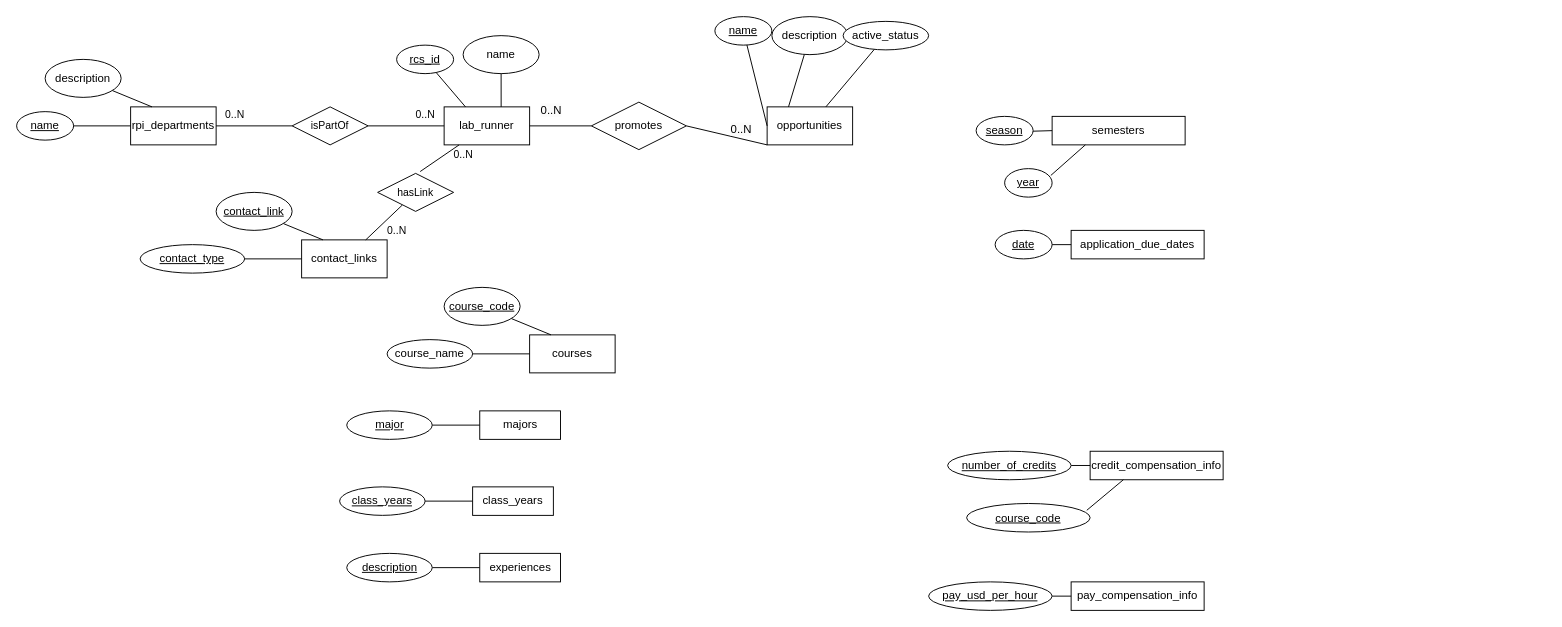
This is docs/database_docs/phase2_erd_sunny.drawio from LabConnect-RCOS/LabConnect-Backend, a draw.io file, before an edit. Source tidied: cells renumbered, new cells numbered last; positions are measured from the earlier drawing's top-left corner, leaving out a move shared by most shapes. Both pictures are drawn from the tidied source at 95%, with x=0, y=0 at pixel (16, 16).
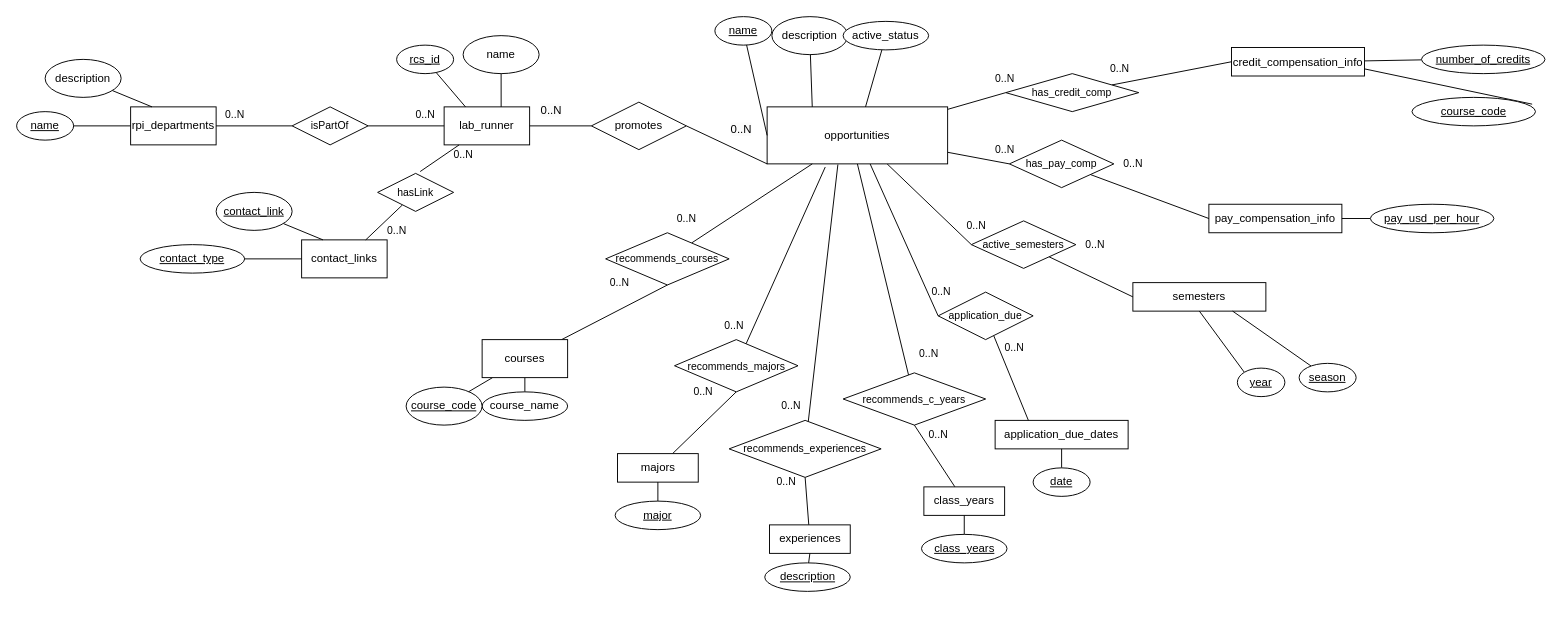
The same page after the edit.

What changed in the source:
```diff
@@
+    <mxCell id="69" style="edgeStyle=none;shape=connector;rounded=0;jettySize=auto;html=1;entryX=0;entryY=0.5;entryDx=0;entryDy=0;labelBackgroundColor=default;strokeColor=default;align=center;verticalAlign=middle;fontFamily=Helvetica;fontSize=11;fontColor=default;endArrow=none;endFill=0;" parent="1" edge="1" source="2" target="88">
+      <mxGeometry relative="1" as="geometry" />
+    </mxCell>
+    <mxCell id="70" style="edgeStyle=none;shape=connector;rounded=0;jettySize=auto;html=1;labelBackgroundColor=default;strokeColor=default;align=center;verticalAlign=middle;fontFamily=Helvetica;fontSize=11;fontColor=default;endArrow=none;endFill=0;entryX=0;entryY=0.5;entryDx=0;entryDy=0;" parent="1" edge="1" source="2" target="90">
+      <mxGeometry relative="1" as="geometry" />
+    </mxCell>
+    <mxCell id="71" style="edgeStyle=none;shape=connector;rounded=0;jettySize=auto;html=1;entryX=0;entryY=0.5;entryDx=0;entryDy=0;labelBackgroundColor=default;strokeColor=default;align=center;verticalAlign=middle;fontFamily=Helvetica;fontSize=11;fontColor=default;endArrow=none;endFill=0;" parent="1" edge="1" source="2" target="92">
+      <mxGeometry relative="1" as="geometry" />
+    </mxCell>
+    <mxCell id="72" style="edgeStyle=none;shape=connector;rounded=0;jettySize=auto;html=1;entryX=0;entryY=0.5;entryDx=0;entryDy=0;labelBackgroundColor=default;strokeColor=default;align=center;verticalAlign=middle;fontFamily=Helvetica;fontSize=11;fontColor=default;endArrow=none;endFill=0;" parent="1" edge="1" source="2" target="94">
+      <mxGeometry relative="1" as="geometry" />
+    </mxCell>
     <mxCell id="2" value="opportunities" style="rounded=0;whiteSpace=wrap;html=1;" parent="1" vertex="1">
-      <mxGeometry x="790" y="95" width="90" height="40" as="geometry" />
+      <mxGeometry x="790" y="95" width="190" height="60" as="geometry" />
     </mxCell>
@@
-    <mxCell id="24" value="courses" style="rounded=0;whiteSpace=wrap;html=1;" parent="1" vertex="1">
-      <mxGeometry x="540" y="335" width="90" height="40" as="geometry" />
-    </mxCell>
-    <mxCell id="25" style="rounded=0;jettySize=auto;html=1;entryX=0;entryY=0.5;entryDx=0;entryDy=0;endArrow=none;endFill=0;" parent="1" edge="1" source="26" target="24">
+    <mxCell id="25" style="rounded=0;jettySize=auto;html=1;entryX=0.5;entryY=1;entryDx=0;entryDy=0;endArrow=none;endFill=0;" parent="1" edge="1" source="26" target="24">
       <mxGeometry relative="1" as="geometry" />
     </mxCell>
     <mxCell id="26" value="course_name" style="ellipse;whiteSpace=wrap;html=1;" parent="1" vertex="1">
-      <mxGeometry x="390" y="340" width="90" height="30" as="geometry" />
+      <mxGeometry x="490" y="395" width="90" height="30" as="geometry" />
     </mxCell>
-    <mxCell id="27" style="rounded=0;jettySize=auto;html=1;entryX=0.25;entryY=0;entryDx=0;entryDy=0;endArrow=none;endFill=0;" parent="1" edge="1" source="28" target="24">
-      <mxGeometry relative="1" as="geometry" />
+    <mxCell id="27" style="rounded=0;jettySize=auto;html=1;endArrow=none;endFill=0;" parent="1" edge="1" source="24">
+      <mxGeometry relative="1" as="geometry">
+        <mxPoint x="520" y="355" as="targetPoint" />
+      </mxGeometry>
     </mxCell>
     <mxCell id="28" value="&lt;u&gt;course_code&lt;/u&gt;" style="ellipse;whiteSpace=wrap;html=1;" parent="1" vertex="1">
-      <mxGeometry x="450" y="285" width="80" height="40" as="geometry" />
+      <mxGeometry x="410" y="390" width="80" height="40" as="geometry" />
     </mxCell>
+    <mxCell id="73" style="edgeStyle=none;shape=connector;rounded=0;jettySize=auto;html=1;entryX=0.5;entryY=1;entryDx=0;entryDy=0;labelBackgroundColor=default;strokeColor=default;align=center;verticalAlign=middle;fontFamily=Helvetica;fontSize=11;fontColor=default;endArrow=none;endFill=0;" parent="1" edge="1" source="29" target="79">
+      <mxGeometry relative="1" as="geometry" />
+    </mxCell>
     <mxCell id="29" value="majors" style="rounded=0;whiteSpace=wrap;html=1;" parent="1" vertex="1">
-      <mxGeometry x="487.5" y="415" width="85" height="30" as="geometry" />
+      <mxGeometry x="632.5" y="460" width="85" height="30" as="geometry" />
     </mxCell>
-    <mxCell id="30" style="rounded=0;jettySize=auto;html=1;entryX=0;entryY=0.5;entryDx=0;entryDy=0;endArrow=none;endFill=0;" parent="1" edge="1" source="31" target="29">
+    <mxCell id="30" style="rounded=0;jettySize=auto;html=1;endArrow=none;endFill=0;exitX=0.5;exitY=0;exitDx=0;exitDy=0;" parent="1" edge="1" source="31" target="29">
       <mxGeometry relative="1" as="geometry" />
     </mxCell>
     <mxCell id="31" value="&lt;u&gt;major&lt;/u&gt;" style="ellipse;whiteSpace=wrap;html=1;" parent="1" vertex="1">
-      <mxGeometry x="347.5" y="415" width="90" height="30" as="geometry" />
+      <mxGeometry x="630" y="510" width="90" height="30" as="geometry" />
     </mxCell>
+    <mxCell id="74" style="edgeStyle=none;shape=connector;rounded=0;jettySize=auto;html=1;entryX=0.5;entryY=1;entryDx=0;entryDy=0;labelBackgroundColor=default;strokeColor=default;align=center;verticalAlign=middle;fontFamily=Helvetica;fontSize=11;fontColor=default;endArrow=none;endFill=0;" parent="1" edge="1" source="32" target="84">
+      <mxGeometry relative="1" as="geometry" />
+    </mxCell>
     <mxCell id="32" value="class_years" style="rounded=0;whiteSpace=wrap;html=1;" parent="1" vertex="1">
-      <mxGeometry x="480" y="495" width="85" height="30" as="geometry" />
+      <mxGeometry x="955" y="495" width="85" height="30" as="geometry" />
     </mxCell>
-    <mxCell id="33" style="rounded=0;jettySize=auto;html=1;entryX=0;entryY=0.5;entryDx=0;entryDy=0;endArrow=none;endFill=0;" parent="1" edge="1" source="34" target="32">
+    <mxCell id="33" style="rounded=0;jettySize=auto;html=1;entryX=0.5;entryY=1;entryDx=0;entryDy=0;endArrow=none;endFill=0;" parent="1" edge="1" source="34" target="32">
       <mxGeometry relative="1" as="geometry" />
     </mxCell>
     <mxCell id="34" value="&lt;u&gt;class_years&lt;/u&gt;" style="ellipse;whiteSpace=wrap;html=1;" parent="1" vertex="1">
-      <mxGeometry x="340" y="495" width="90" height="30" as="geometry" />
+      <mxGeometry x="952.5" y="545" width="90" height="30" as="geometry" />
     </mxCell>
+    <mxCell id="75" style="edgeStyle=none;shape=connector;rounded=0;jettySize=auto;html=1;entryX=0.5;entryY=1;entryDx=0;entryDy=0;labelBackgroundColor=default;strokeColor=default;align=center;verticalAlign=middle;fontFamily=Helvetica;fontSize=11;fontColor=default;endArrow=none;endFill=0;" parent="1" edge="1" source="35" target="82">
+      <mxGeometry relative="1" as="geometry" />
+    </mxCell>
     <mxCell id="35" value="experiences" style="rounded=0;whiteSpace=wrap;html=1;" parent="1" vertex="1">
-      <mxGeometry x="487.5" y="565" width="85" height="30" as="geometry" />
+      <mxGeometry x="792.5" y="535" width="85" height="30" as="geometry" />
     </mxCell>
-    <mxCell id="36" style="rounded=0;jettySize=auto;html=1;entryX=0;entryY=0.5;entryDx=0;entryDy=0;endArrow=none;endFill=0;" parent="1" edge="1" source="37" target="35">
+    <mxCell id="36" style="rounded=0;jettySize=auto;html=1;entryX=0.5;entryY=1;entryDx=0;entryDy=0;endArrow=none;endFill=0;" parent="1" edge="1" source="37" target="35">
       <mxGeometry relative="1" as="geometry" />
     </mxCell>
     <mxCell id="37" value="&lt;u&gt;description&lt;/u&gt;" style="ellipse;whiteSpace=wrap;html=1;" parent="1" vertex="1">
-      <mxGeometry x="347.5" y="565" width="90" height="30" as="geometry" />
+      <mxGeometry x="787.5" y="575" width="90" height="30" as="geometry" />
     </mxCell>
     <mxCell id="38" value="pay_compensation_info" style="rounded=0;whiteSpace=wrap;html=1;" parent="1" vertex="1">
-      <mxGeometry x="1110" y="595" width="140" height="30" as="geometry" />
+      <mxGeometry x="1255" y="197.5" width="140" height="30" as="geometry" />
     </mxCell>
-    <mxCell id="39" style="rounded=0;jettySize=auto;html=1;entryX=0;entryY=0.5;entryDx=0;entryDy=0;endArrow=none;endFill=0;" parent="1" edge="1" source="40" target="38">
+    <mxCell id="39" style="rounded=0;jettySize=auto;html=1;entryX=1;entryY=0.5;entryDx=0;entryDy=0;endArrow=none;endFill=0;" parent="1" edge="1" source="40" target="38">
       <mxGeometry relative="1" as="geometry" />
     </mxCell>
     <mxCell id="40" value="&lt;u&gt;pay_usd_per_hour&lt;/u&gt;" style="ellipse;whiteSpace=wrap;html=1;" parent="1" vertex="1">
-      <mxGeometry x="960" y="595" width="130" height="30" as="geometry" />
+      <mxGeometry x="1425" y="197.5" width="130" height="30" as="geometry" />
     </mxCell>
     <mxCell id="41" value="credit_compensation_info" style="rounded=0;whiteSpace=wrap;html=1;" parent="1" vertex="1">
-      <mxGeometry x="1130" y="457.5" width="140" height="30" as="geometry" />
+      <mxGeometry x="1278.8" y="32.5" width="140" height="30" as="geometry" />
     </mxCell>
@@
     <mxCell id="43" value="&lt;u&gt;number_of_credits&lt;/u&gt;" style="ellipse;whiteSpace=wrap;html=1;" parent="1" vertex="1">
-      <mxGeometry x="980" y="457.5" width="130" height="30" as="geometry" />
+      <mxGeometry x="1478.8" y="30" width="130" height="30" as="geometry" />
     </mxCell>
-    <mxCell id="44" style="rounded=0;jettySize=auto;html=1;entryX=0.25;entryY=1;entryDx=0;entryDy=0;endArrow=none;endFill=0;exitX=0.973;exitY=0.238;exitDx=0;exitDy=0;exitPerimeter=0;" parent="1" edge="1" source="45" target="41">
+    <mxCell id="44" style="rounded=0;jettySize=auto;html=1;entryX=1;entryY=0.75;entryDx=0;entryDy=0;endArrow=none;endFill=0;exitX=0.973;exitY=0.238;exitDx=0;exitDy=0;exitPerimeter=0;" parent="1" edge="1" source="45" target="41">
       <mxGeometry relative="1" as="geometry" />
     </mxCell>
     <mxCell id="45" value="&lt;u&gt;course_code&lt;/u&gt;" style="ellipse;whiteSpace=wrap;html=1;" parent="1" vertex="1">
-      <mxGeometry x="1000" y="512.5" width="130" height="30" as="geometry" />
+      <mxGeometry x="1468.8" y="85" width="130" height="30" as="geometry" />
     </mxCell>
     <mxCell id="46" value="application_due_dates" style="rounded=0;whiteSpace=wrap;html=1;" parent="1" vertex="1">
-      <mxGeometry x="1110" y="225" width="140" height="30" as="geometry" />
+      <mxGeometry x="1030" y="425" width="140" height="30" as="geometry" />
     </mxCell>
-    <mxCell id="47" style="rounded=0;jettySize=auto;html=1;entryX=0;entryY=0.5;entryDx=0;entryDy=0;endArrow=none;endFill=0;" parent="1" edge="1" source="48" target="46">
+    <mxCell id="47" style="rounded=0;jettySize=auto;html=1;entryX=0.5;entryY=1;entryDx=0;entryDy=0;endArrow=none;endFill=0;" parent="1" edge="1" source="48" target="46">
       <mxGeometry relative="1" as="geometry" />
     </mxCell>
-    <mxCell id="48" value="&lt;u&gt;date&lt;/u&gt;" style="ellipse;whiteSpace=wrap;html=1;" parent="1" vertex="1">
-      <mxGeometry x="1030" y="225" width="60" height="30" as="geometry" />
-    </mxCell>
     <mxCell id="49" value="semesters" style="rounded=0;whiteSpace=wrap;html=1;" parent="1" vertex="1">
-      <mxGeometry x="1090" y="105" width="140" height="30" as="geometry" />
+      <mxGeometry x="1175" y="280" width="140" height="30" as="geometry" />
     </mxCell>
-    <mxCell id="50" style="rounded=0;jettySize=auto;html=1;endArrow=none;endFill=0;" parent="1" edge="1" source="51" target="49">
+    <mxCell id="50" style="rounded=0;jettySize=auto;html=1;endArrow=none;endFill=0;entryX=0.75;entryY=1;entryDx=0;entryDy=0;" parent="1" edge="1" source="51" target="49">
       <mxGeometry relative="1" as="geometry" />
     </mxCell>
     <mxCell id="51" value="&lt;u&gt;season&lt;/u&gt;" style="ellipse;whiteSpace=wrap;html=1;" parent="1" vertex="1">
-      <mxGeometry x="1010" y="105" width="60" height="30" as="geometry" />
+      <mxGeometry x="1350" y="365" width="60" height="30" as="geometry" />
     </mxCell>
-    <mxCell id="52" style="rounded=0;jettySize=auto;html=1;entryX=0.25;entryY=1;entryDx=0;entryDy=0;endArrow=none;endFill=0;exitX=0.973;exitY=0.238;exitDx=0;exitDy=0;exitPerimeter=0;" parent="1" edge="1" source="53" target="49">
+    <mxCell id="52" style="rounded=0;jettySize=auto;html=1;entryX=0.5;entryY=1;entryDx=0;entryDy=0;endArrow=none;endFill=0;exitX=0;exitY=0;exitDx=0;exitDy=0;" parent="1" edge="1" source="53" target="49">
       <mxGeometry relative="1" as="geometry" />
     </mxCell>
     <mxCell id="53" value="&lt;u&gt;year&lt;/u&gt;" style="ellipse;whiteSpace=wrap;html=1;" parent="1" vertex="1">
-      <mxGeometry x="1040" y="160" width="50" height="30" as="geometry" />
+      <mxGeometry x="1285" y="370" width="50" height="30" as="geometry" />
     </mxCell>
@@
+    <mxCell id="76" style="edgeStyle=none;shape=connector;rounded=0;jettySize=auto;html=1;entryX=0.25;entryY=1;entryDx=0;entryDy=0;labelBackgroundColor=default;strokeColor=default;align=center;verticalAlign=middle;fontFamily=Helvetica;fontSize=11;fontColor=default;endArrow=none;endFill=0;" parent="1" edge="1" source="77" target="2">
+      <mxGeometry relative="1" as="geometry" />
+    </mxCell>
+    <mxCell id="77" value="recommends_courses" style="rhombus;whiteSpace=wrap;html=1;fontFamily=Helvetica;fontSize=11;fontColor=default;" parent="1" vertex="1">
+      <mxGeometry x="620" y="227.5" width="130" height="55" as="geometry" />
+    </mxCell>
+    <mxCell id="78" style="edgeStyle=none;shape=connector;rounded=0;jettySize=auto;html=1;entryX=0.322;entryY=1.056;entryDx=0;entryDy=0;labelBackgroundColor=default;strokeColor=default;align=center;verticalAlign=middle;fontFamily=Helvetica;fontSize=11;fontColor=default;endArrow=none;endFill=0;entryPerimeter=0;" parent="1" edge="1" source="79" target="2">
+      <mxGeometry relative="1" as="geometry" />
+    </mxCell>
+    <mxCell id="79" value="recommends_majors" style="rhombus;whiteSpace=wrap;html=1;fontFamily=Helvetica;fontSize=11;fontColor=default;" parent="1" vertex="1">
+      <mxGeometry x="692.5" y="340" width="130" height="55" as="geometry" />
+    </mxCell>
+    <mxCell id="80" style="rounded=0;jettySize=auto;html=1;endArrow=none;endFill=0;" parent="1" edge="1" source="28" target="24">
+      <mxGeometry relative="1" as="geometry" />
+    </mxCell>
+    <mxCell id="81" style="edgeStyle=none;shape=connector;rounded=0;jettySize=auto;html=1;entryX=0.5;entryY=1;entryDx=0;entryDy=0;labelBackgroundColor=default;strokeColor=default;align=center;verticalAlign=middle;fontFamily=Helvetica;fontSize=11;fontColor=default;endArrow=none;endFill=0;" parent="1" edge="1" source="24" target="77">
+      <mxGeometry relative="1" as="geometry" />
+    </mxCell>
+    <mxCell id="24" value="courses" style="rounded=0;whiteSpace=wrap;html=1;" parent="1" vertex="1">
+      <mxGeometry x="490" y="340" width="90" height="40" as="geometry" />
+    </mxCell>
+    <mxCell id="82" value="recommends_experiences" style="rhombus;whiteSpace=wrap;html=1;fontFamily=Helvetica;fontSize=11;fontColor=default;" parent="1" vertex="1">
+      <mxGeometry x="750" y="425" width="160" height="60" as="geometry" />
+    </mxCell>
+    <mxCell id="83" style="edgeStyle=none;shape=connector;rounded=0;jettySize=auto;html=1;entryX=0.5;entryY=1;entryDx=0;entryDy=0;labelBackgroundColor=default;strokeColor=default;align=center;verticalAlign=middle;fontFamily=Helvetica;fontSize=11;fontColor=default;endArrow=none;endFill=0;" parent="1" edge="1" source="84" target="2">
+      <mxGeometry relative="1" as="geometry" />
+    </mxCell>
+    <mxCell id="84" value="recommends_c_years" style="rhombus;whiteSpace=wrap;html=1;fontFamily=Helvetica;fontSize=11;fontColor=default;" parent="1" vertex="1">
+      <mxGeometry x="870" y="375" width="150" height="55" as="geometry" />
+    </mxCell>
+    <mxCell id="85" style="rounded=0;jettySize=auto;html=1;entryX=0.5;entryY=1;entryDx=0;entryDy=0;endArrow=none;endFill=0;" parent="1" edge="1" target="48">
+      <mxGeometry relative="1" as="geometry">
+        <mxPoint x="1100" y="500" as="sourcePoint" />
+      </mxGeometry>
+    </mxCell>
+    <mxCell id="48" value="&lt;u&gt;date&lt;/u&gt;" style="ellipse;whiteSpace=wrap;html=1;" parent="1" vertex="1">
+      <mxGeometry x="1070" y="475" width="60" height="30" as="geometry" />
+    </mxCell>
+    <mxCell id="86" style="edgeStyle=none;shape=connector;rounded=0;jettySize=auto;html=1;entryX=0.392;entryY=1.011;entryDx=0;entryDy=0;entryPerimeter=0;labelBackgroundColor=default;strokeColor=default;align=center;verticalAlign=middle;fontFamily=Helvetica;fontSize=11;fontColor=default;endArrow=none;endFill=0;" parent="1" edge="1" source="82" target="2">
+      <mxGeometry relative="1" as="geometry" />
+    </mxCell>
+    <mxCell id="87" style="edgeStyle=none;shape=connector;rounded=0;jettySize=auto;html=1;entryX=0.25;entryY=0;entryDx=0;entryDy=0;labelBackgroundColor=default;strokeColor=default;align=center;verticalAlign=middle;fontFamily=Helvetica;fontSize=11;fontColor=default;endArrow=none;endFill=0;" parent="1" edge="1" source="88" target="46">
+      <mxGeometry relative="1" as="geometry" />
+    </mxCell>
+    <mxCell id="88" value="application_due" style="rhombus;whiteSpace=wrap;html=1;fontFamily=Helvetica;fontSize=11;fontColor=default;" parent="1" vertex="1">
+      <mxGeometry x="970" y="290" width="100" height="50" as="geometry" />
+    </mxCell>
+    <mxCell id="89" style="edgeStyle=none;shape=connector;rounded=0;jettySize=auto;html=1;entryX=0;entryY=0.5;entryDx=0;entryDy=0;labelBackgroundColor=default;strokeColor=default;align=center;verticalAlign=middle;fontFamily=Helvetica;fontSize=11;fontColor=default;endArrow=none;endFill=0;" parent="1" edge="1" source="90" target="49">
+      <mxGeometry relative="1" as="geometry" />
+    </mxCell>
+    <mxCell id="90" value="active_semesters" style="rhombus;whiteSpace=wrap;html=1;fontFamily=Helvetica;fontSize=11;fontColor=default;" parent="1" vertex="1">
+      <mxGeometry x="1005" y="215" width="110" height="50" as="geometry" />
+    </mxCell>
+    <mxCell id="91" style="edgeStyle=none;shape=connector;rounded=0;jettySize=auto;html=1;entryX=0;entryY=0.5;entryDx=0;entryDy=0;labelBackgroundColor=default;strokeColor=default;align=center;verticalAlign=middle;fontFamily=Helvetica;fontSize=11;fontColor=default;endArrow=none;endFill=0;" parent="1" edge="1" source="92" target="38">
+      <mxGeometry relative="1" as="geometry" />
+    </mxCell>
+    <mxCell id="92" value="has_pay_comp" style="rhombus;whiteSpace=wrap;html=1;fontFamily=Helvetica;fontSize=11;fontColor=default;" parent="1" vertex="1">
+      <mxGeometry x="1045" y="130" width="110" height="50" as="geometry" />
+    </mxCell>
+    <mxCell id="93" style="edgeStyle=none;shape=connector;rounded=0;jettySize=auto;html=1;entryX=0;entryY=0.5;entryDx=0;entryDy=0;labelBackgroundColor=default;strokeColor=default;align=center;verticalAlign=middle;fontFamily=Helvetica;fontSize=11;fontColor=default;endArrow=none;endFill=0;" parent="1" edge="1" source="94" target="41">
+      <mxGeometry relative="1" as="geometry" />
+    </mxCell>
+    <mxCell id="94" value="has_credit_comp" style="rhombus;whiteSpace=wrap;html=1;fontFamily=Helvetica;fontSize=11;fontColor=default;" parent="1" vertex="1">
+      <mxGeometry x="1041.2" y="60" width="140" height="40" as="geometry" />
+    </mxCell>
+    <mxCell id="95" value="0..N" style="text;html=1;strokeColor=none;fillColor=none;align=center;verticalAlign=middle;whiteSpace=wrap;rounded=0;fontSize=11;fontFamily=Helvetica;fontColor=default;" parent="1" vertex="1">
+      <mxGeometry x="605" y="265" width="60" height="30" as="geometry" />
+    </mxCell>
+    <mxCell id="96" value="0..N" style="text;html=1;align=center;verticalAlign=middle;strokeColor=none;fillColor=none;fontSize=11;fontFamily=Helvetica;fontColor=default;" parent="1" vertex="1">
+      <mxGeometry x="685" y="197.5" width="40" height="30" as="geometry" />
+    </mxCell>
+    <mxCell id="97" value="0..N" style="text;html=1;strokeColor=none;fillColor=none;align=center;verticalAlign=middle;whiteSpace=wrap;rounded=0;fontSize=11;fontFamily=Helvetica;fontColor=default;" parent="1" vertex="1">
+      <mxGeometry x="692.5" y="380" width="60" height="30" as="geometry" />
+    </mxCell>
+    <mxCell id="98" value="0..N" style="text;html=1;align=center;verticalAlign=middle;strokeColor=none;fillColor=none;fontSize=11;fontFamily=Helvetica;fontColor=default;" parent="1" vertex="1">
+      <mxGeometry x="735" y="310" width="40" height="30" as="geometry" />
+    </mxCell>
+    <mxCell id="99" value="0..N" style="text;html=1;align=center;verticalAlign=middle;strokeColor=none;fillColor=none;fontSize=11;fontFamily=Helvetica;fontColor=default;" parent="1" vertex="1">
+      <mxGeometry x="790" y="475" width="40" height="30" as="geometry" />
+    </mxCell>
+    <mxCell id="100" value="0..N" style="text;html=1;align=center;verticalAlign=middle;strokeColor=none;fillColor=none;fontSize=11;fontFamily=Helvetica;fontColor=default;" parent="1" vertex="1">
+      <mxGeometry x="795" y="395" width="40" height="30" as="geometry" />
+    </mxCell>
+    <mxCell id="101" value="0..N" style="text;html=1;align=center;verticalAlign=middle;strokeColor=none;fillColor=none;fontSize=11;fontFamily=Helvetica;fontColor=default;" parent="1" vertex="1">
+      <mxGeometry x="950" y="425" width="40" height="30" as="geometry" />
+    </mxCell>
+    <mxCell id="102" value="0..N" style="text;html=1;align=center;verticalAlign=middle;strokeColor=none;fillColor=none;fontSize=11;fontFamily=Helvetica;fontColor=default;" parent="1" vertex="1">
+      <mxGeometry x="940" y="340" width="40" height="30" as="geometry" />
+    </mxCell>
+    <mxCell id="103" value="0..N" style="text;html=1;align=center;verticalAlign=middle;strokeColor=none;fillColor=none;fontSize=11;fontFamily=Helvetica;fontColor=default;" parent="1" vertex="1">
+      <mxGeometry x="1030" y="333" width="40" height="30" as="geometry" />
+    </mxCell>
+    <mxCell id="104" value="0..N" style="text;html=1;align=center;verticalAlign=middle;strokeColor=none;fillColor=none;fontSize=11;fontFamily=Helvetica;fontColor=default;" parent="1" vertex="1">
+      <mxGeometry x="952.5" y="275" width="40" height="30" as="geometry" />
+    </mxCell>
+    <mxCell id="105" value="0..N" style="text;html=1;align=center;verticalAlign=middle;strokeColor=none;fillColor=none;fontSize=11;fontFamily=Helvetica;fontColor=default;" parent="1" vertex="1">
+      <mxGeometry x="1115" y="225" width="40" height="30" as="geometry" />
+    </mxCell>
+    <mxCell id="106" value="0..N" style="text;html=1;align=center;verticalAlign=middle;strokeColor=none;fillColor=none;fontSize=11;fontFamily=Helvetica;fontColor=default;" parent="1" vertex="1">
+      <mxGeometry x="990" y="205" width="40" height="30" as="geometry" />
+    </mxCell>
+    <mxCell id="107" value="0..N" style="text;html=1;align=center;verticalAlign=middle;strokeColor=none;fillColor=none;fontSize=11;fontFamily=Helvetica;fontColor=default;" parent="1" vertex="1">
+      <mxGeometry x="1155" y="140" width="40" height="30" as="geometry" />
+    </mxCell>
+    <mxCell id="108" value="0..N" style="text;html=1;align=center;verticalAlign=middle;strokeColor=none;fillColor=none;fontSize=11;fontFamily=Helvetica;fontColor=default;" parent="1" vertex="1">
+      <mxGeometry x="1020" y="125" width="40" height="30" as="geometry" />
+    </mxCell>
+    <mxCell id="109" value="0..N" style="text;html=1;align=center;verticalAlign=middle;strokeColor=none;fillColor=none;fontSize=11;fontFamily=Helvetica;fontColor=default;" parent="1" vertex="1">
+      <mxGeometry x="1141.2" y="40" width="40" height="30" as="geometry" />
+    </mxCell>
+    <mxCell id="110" value="0..N" style="text;html=1;align=center;verticalAlign=middle;strokeColor=none;fillColor=none;fontSize=11;fontFamily=Helvetica;fontColor=default;" parent="1" vertex="1">
+      <mxGeometry x="1020" y="50" width="40" height="30" as="geometry" />
+    </mxCell>
```
